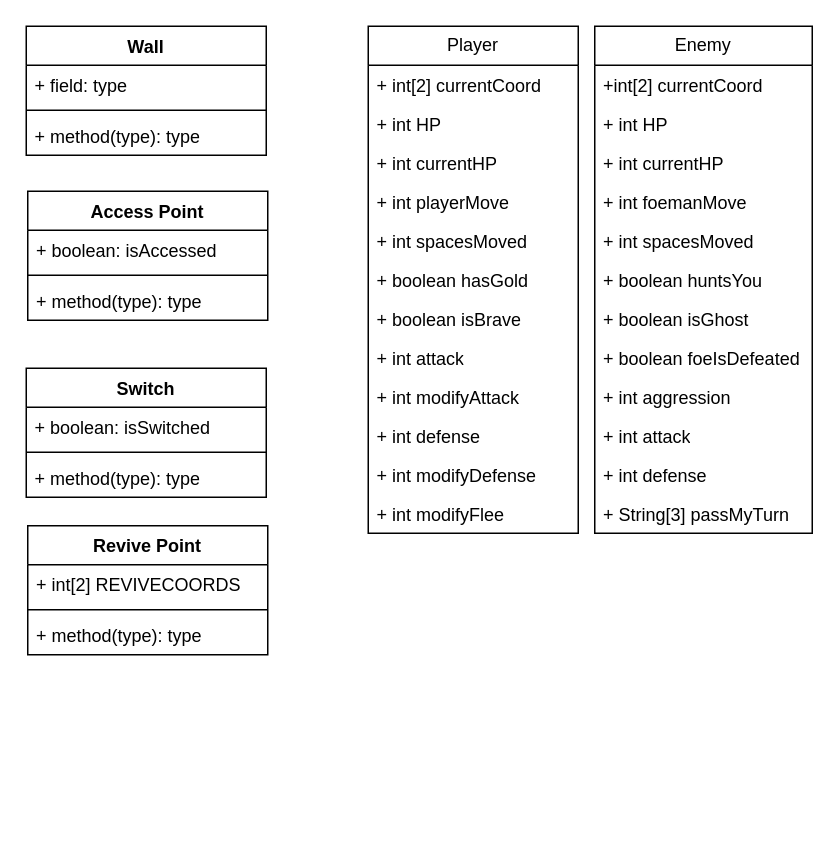
The draw.io diagram HallIanaM11 - Greenfoot Project/HallIanaCSC170UMLDiagram.drawio in irradiatedio/CSC170-HallIana-GreenfootProject, before the edit. Source tidied: cells renumbered, new cells numbered last; positions are measured from the earlier drawing's top-left corner, leaving out a move shared by most shapes. Both pictures are drawn from the tidied source at 150%, with x=0, y=0 at pixel (26, 26).
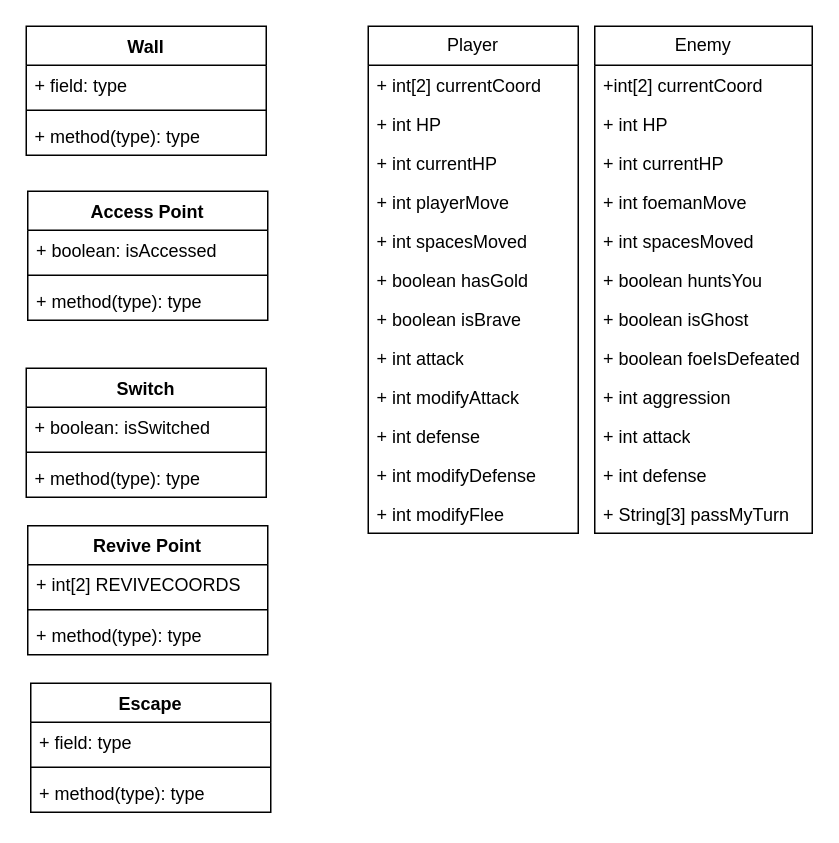
Above is the later version.

What changed in the source:
```diff
@@
+    <mxCell id="44" value="Escape" style="swimlane;fontStyle=1;align=center;verticalAlign=top;horizontal=1;startSize=26;whiteSpace=wrap;html=1;" parent="1" vertex="1">
+      <mxGeometry x="3" y="438" width="160" height="86" as="geometry" />
+    </mxCell>
+    <mxCell id="45" value="+ field: type" style="text;strokeColor=none;fillColor=none;align=left;verticalAlign=top;spacingLeft=4;spacingRight=4;overflow=hidden;whiteSpace=wrap;html=1;" parent="44" vertex="1">
+      <mxGeometry y="26" width="160" height="26" as="geometry" />
+    </mxCell>
+    <mxCell id="46" style="line;strokeWidth=1;fillColor=none;align=left;verticalAlign=middle;spacingTop=-1;spacingLeft=3;spacingRight=3;labelPosition=right;strokeColor=inherit;labelPerimeter=1;" parent="44" vertex="1">
+      <mxGeometry y="52" width="160" height="8" as="geometry" />
+    </mxCell>
+    <mxCell id="47" value="+ method(type): type" style="text;strokeColor=none;fillColor=none;align=left;verticalAlign=top;spacingLeft=4;spacingRight=4;overflow=hidden;whiteSpace=wrap;html=1;" parent="44" vertex="1">
+      <mxGeometry y="60" width="160" height="26" as="geometry" />
+    </mxCell>
```
